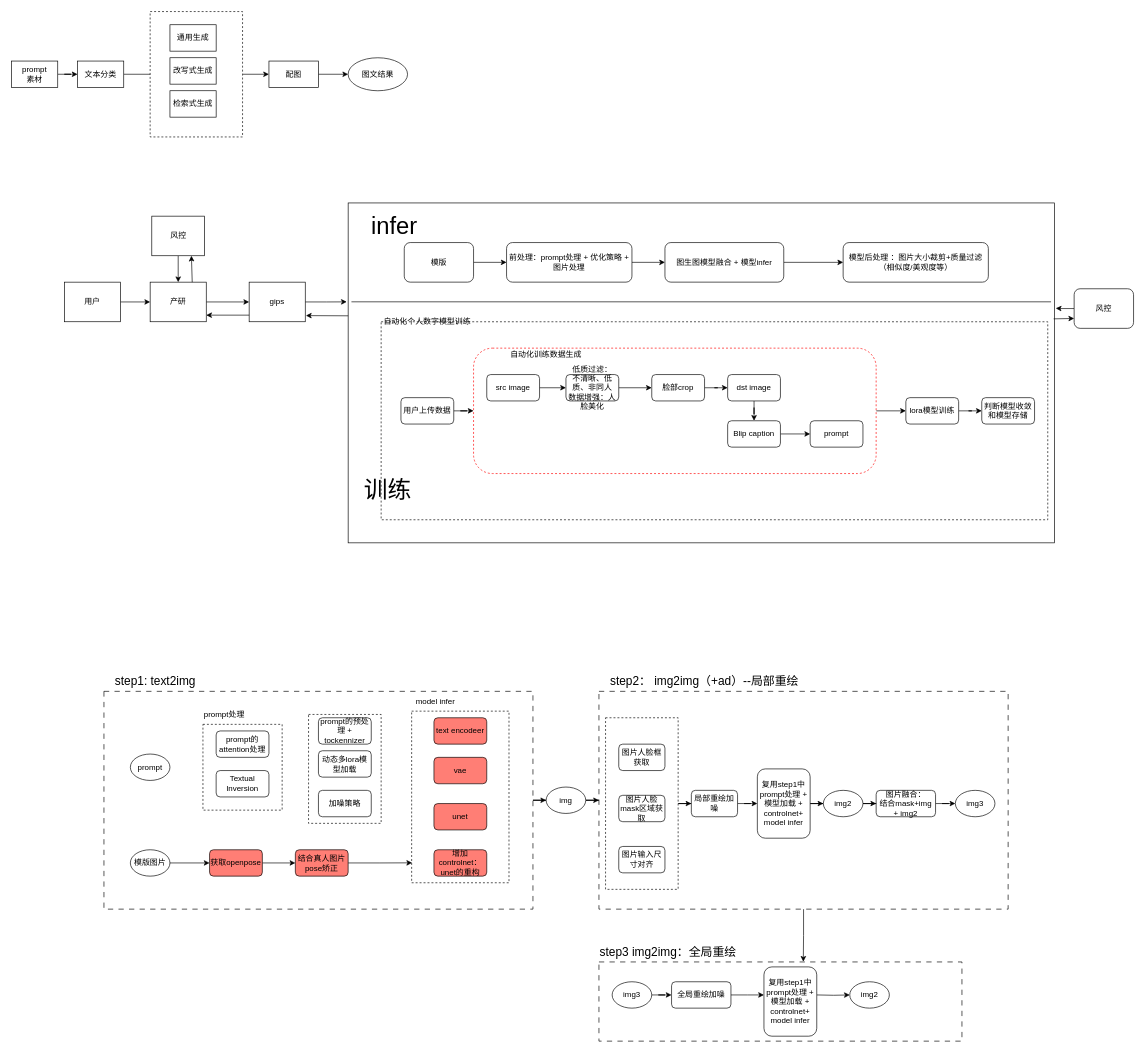
This is 图文生产.drawio from 2018liuyan/one, a draw.io file, before an edit. Source tidied: cells renumbered, new cells numbered last; positions are measured from the earlier drawing's top-left corner, leaving out a move shared by most shapes. Both pictures are drawn from the tidied source at 66%, with x=0, y=0 at pixel (11, 11).
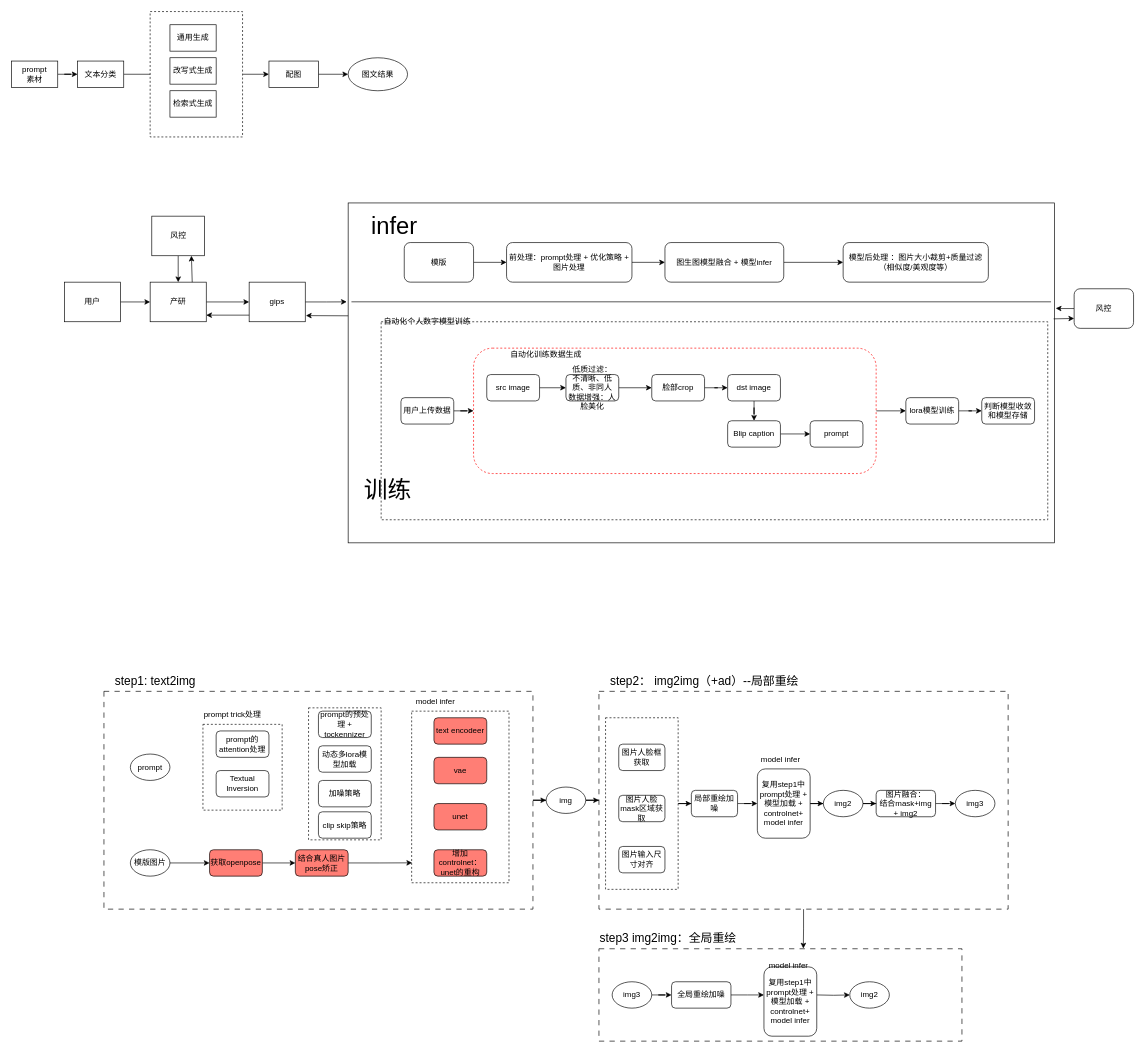
Above is the later version.

Commit message:
更新图文生产.drawio

Change to the diagram source:
```diff
@@
     <mxCell id="3" style="rounded=0;whiteSpace=wrap;html=1;dashed=1;" parent="1" vertex="1">
-      <mxGeometry x="450" y="1065" width="110" height="165" as="geometry" />
+      <mxGeometry x="450" y="1055" width="110" height="200" as="geometry" />
     </mxCell>
@@
     <mxCell id="71" value="动态多lora模型加载" style="rounded=1;whiteSpace=wrap;html=1;" parent="1" vertex="1">
-      <mxGeometry x="465" y="1120" width="80" height="40" as="geometry" />
+      <mxGeometry x="465" y="1112.5" width="80" height="40" as="geometry" />
     </mxCell>
@@
     <mxCell id="77" value="加噪策略" style="rounded=1;whiteSpace=wrap;html=1;" parent="1" vertex="1">
-      <mxGeometry x="465" y="1180" width="80" height="40" as="geometry" />
+      <mxGeometry x="465" y="1165" width="80" height="40" as="geometry" />
     </mxCell>
     <mxCell id="78" value="prompt的预处理 + tockennizer" style="rounded=1;whiteSpace=wrap;html=1;" parent="1" vertex="1">
-      <mxGeometry x="465" y="1070" width="80" height="40" as="geometry" />
+      <mxGeometry x="465" y="1060" width="80" height="40" as="geometry" />
     </mxCell>
@@
     <mxCell id="101" value="&lt;font style=&quot;font-size: 18px;&quot;&gt;step3 img2img：全局重绘&lt;/font&gt;" style="text;html=1;strokeColor=none;fillColor=none;align=center;verticalAlign=middle;whiteSpace=wrap;rounded=0;" parent="1" vertex="1">
-      <mxGeometry x="890" y="1410" width="210" height="30" as="geometry" />
+      <mxGeometry x="890" y="1390" width="210" height="30" as="geometry" />
     </mxCell>
     <mxCell id="102" style="rounded=0;whiteSpace=wrap;html=1;dashed=1;dashPattern=8 8;" parent="1" vertex="1">
-      <mxGeometry x="890" y="1440" width="550" height="120" as="geometry" />
+      <mxGeometry x="890" y="1420" width="550" height="140" as="geometry" />
     </mxCell>
@@
-    <mxCell id="111" value="prompt处理" style="text;html=1;strokeColor=none;fillColor=none;align=center;verticalAlign=middle;whiteSpace=wrap;rounded=0;" parent="1" vertex="1">
-      <mxGeometry x="280" y="1050" width="85" height="30" as="geometry" />
+    <mxCell id="111" value="prompt trick处理" style="text;html=1;strokeColor=none;fillColor=none;align=center;verticalAlign=middle;whiteSpace=wrap;rounded=0;" parent="1" vertex="1">
+      <mxGeometry x="280" y="1050" width="110" height="30" as="geometry" />
     </mxCell>
+    <mxCell id="112" value="model infer" style="text;html=1;strokeColor=none;fillColor=none;align=center;verticalAlign=middle;whiteSpace=wrap;rounded=0;" parent="1" vertex="1">
+      <mxGeometry x="1122.5" y="1117.5" width="85" height="30" as="geometry" />
+    </mxCell>
+    <mxCell id="113" value="model infer" style="text;html=1;strokeColor=none;fillColor=none;align=center;verticalAlign=middle;whiteSpace=wrap;rounded=0;" parent="1" vertex="1">
+      <mxGeometry x="1135" y="1430" width="85" height="30" as="geometry" />
+    </mxCell>
+    <mxCell id="114" value="clip skip策略" style="rounded=1;whiteSpace=wrap;html=1;" parent="1" vertex="1">
+      <mxGeometry x="465" y="1212.5" width="80" height="40" as="geometry" />
+    </mxCell>
```
